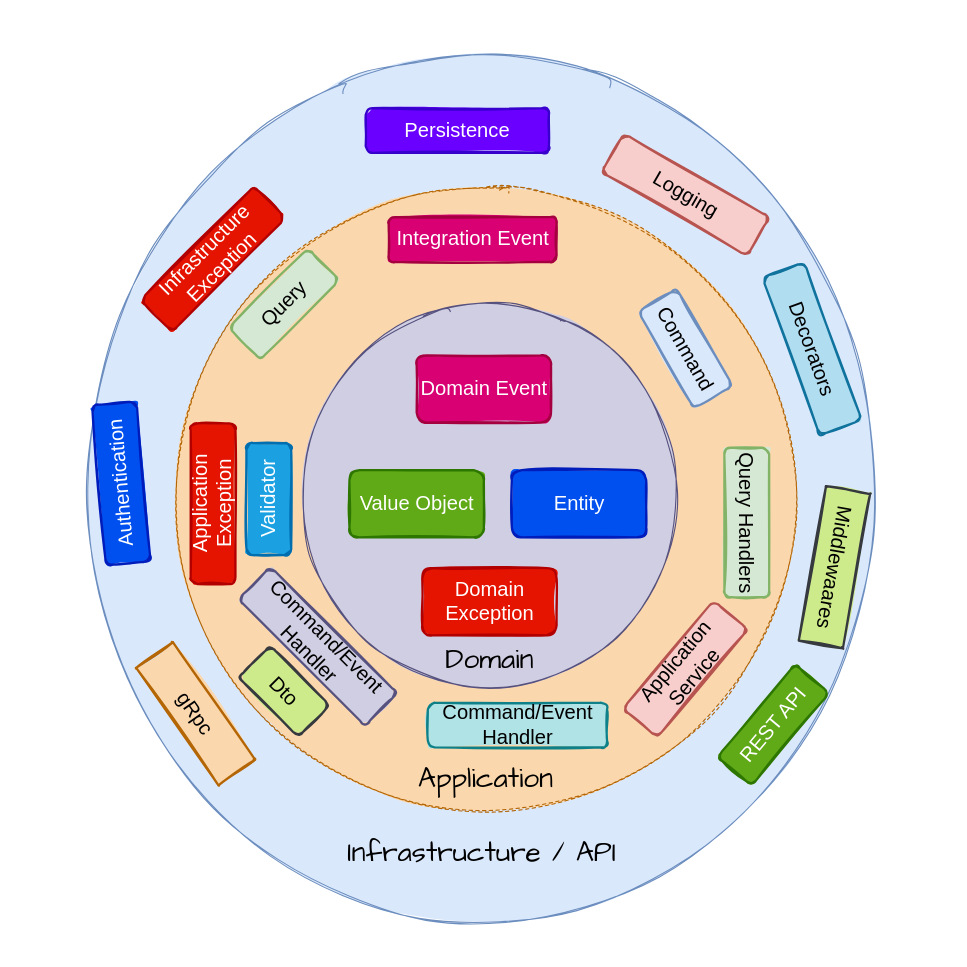
The draw.io diagram assets/clean-architecture.drawio in jianyuyanyu/University-Microservices, before the edit. Source tidied: cells renumbered, new cells numbered last; positions are measured from the earlier drawing's top-left corner, leaving out a move shared by most shapes. Both pictures are drawn from the tidied source at 112%, with x=0, y=0 at pixel (19, 18).
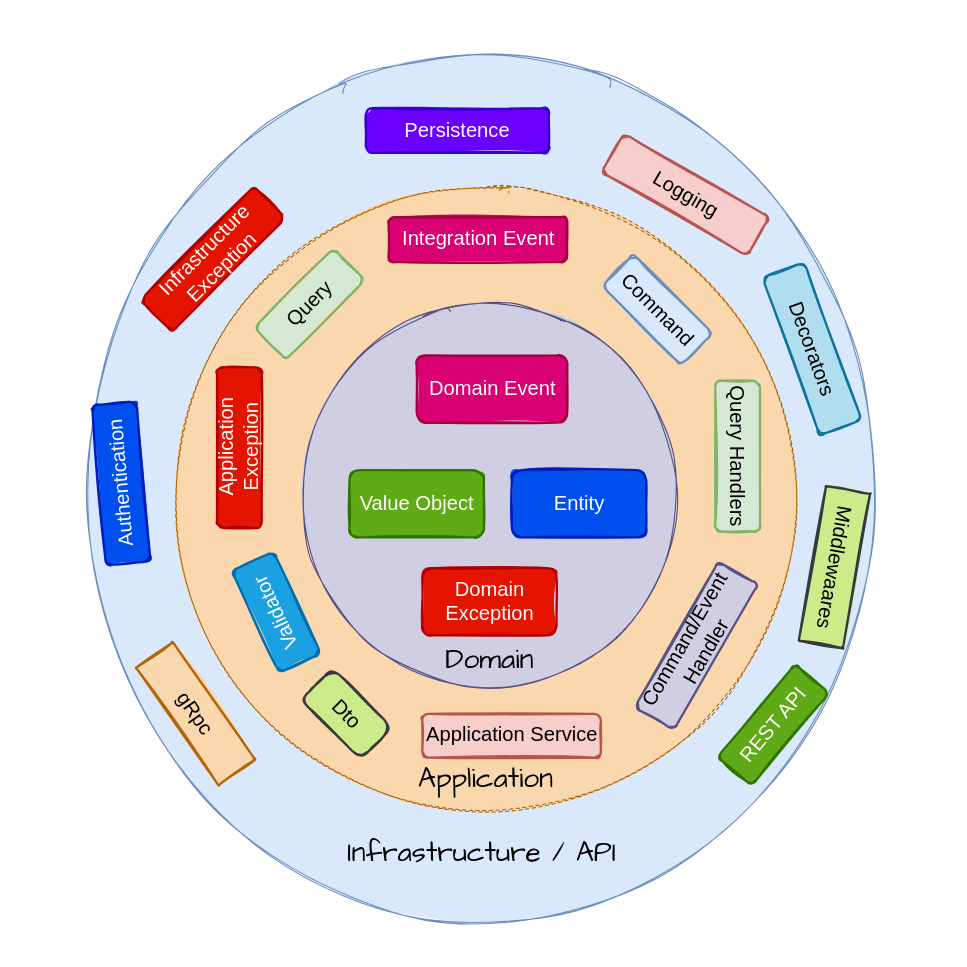
The same diagram, later.

Commit message (it also covers changes not shown here):
some change in architecture diagram

What changed in the source:
```diff
@@
     <mxCell id="5" value="Integration Event" style="rounded=1;whiteSpace=wrap;html=1;strokeWidth=2;fillWeight=4;hachureGap=8;hachureAngle=45;fillColor=#d80073;sketch=1;fillStyle=solid;fontSize=18;strokeColor=#A50040;fontColor=#ffffff;rotation=0;" parent="1" vertex="1">
-      <mxGeometry x="329.5" y="177.4" width="150" height="40" as="geometry" />
+      <mxGeometry x="329.5" y="177.4" width="159.5" height="40" as="geometry" />
     </mxCell>
-    <mxCell id="6" value="Command" style="rounded=1;whiteSpace=wrap;html=1;strokeWidth=2;fillWeight=4;hachureGap=8;hachureAngle=45;fillColor=#dae8fc;sketch=1;fillStyle=solid;fontSize=18;strokeColor=#6c8ebf;rotation=60;" parent="1" vertex="1">
-      <mxGeometry x="544.5" y="274.8" width="100" height="40" as="geometry" />
+    <mxCell id="6" value="Command" style="rounded=1;whiteSpace=wrap;html=1;strokeWidth=2;fillWeight=4;hachureGap=8;hachureAngle=45;fillColor=#dae8fc;sketch=1;fillStyle=solid;fontSize=18;strokeColor=#6c8ebf;rotation=45;" parent="1" vertex="1">
+      <mxGeometry x="519.5" y="240" width="100" height="40" as="geometry" />
     </mxCell>
     <mxCell id="7" value="Query" style="rounded=1;whiteSpace=wrap;html=1;strokeWidth=2;fillWeight=4;hachureGap=8;hachureAngle=45;fillColor=#d5e8d4;sketch=1;fillStyle=solid;fontSize=18;strokeColor=#82b366;rotation=-45;" parent="1" vertex="1">
-      <mxGeometry x="186.2" y="234.8" width="100" height="40" as="geometry" />
+      <mxGeometry x="209" y="234.8" width="100" height="40" as="geometry" />
     </mxCell>
     <mxCell id="8" value="Application Exception" style="rounded=1;whiteSpace=wrap;html=1;strokeWidth=2;fillWeight=4;hachureGap=8;hachureAngle=45;fillColor=#e51400;sketch=1;fillStyle=solid;fontSize=18;strokeColor=#B20000;fontColor=#ffffff;rotation=-90;" parent="1" vertex="1">
-      <mxGeometry x="101" y="413.2" width="143.5" height="40" as="geometry" />
+      <mxGeometry x="124.5" y="363.2" width="143.5" height="40" as="geometry" />
     </mxCell>
-    <mxCell id="9" value="Dto" style="rounded=1;whiteSpace=wrap;html=1;strokeWidth=2;fillWeight=4;hachureGap=8;hachureAngle=45;fillColor=#cdeb8b;sketch=1;fillStyle=solid;fontSize=18;strokeColor=#36393d;rotation=45;" parent="1" vertex="1">
-      <mxGeometry x="198.8" y="580.8" width="75" height="40" as="geometry" />
+    <mxCell id="9" value="Dto" style="rounded=1;whiteSpace=wrap;html=1;strokeWidth=2;fillWeight=4;hachureGap=8;hachureAngle=45;fillColor=#cdeb8b;sketch=1;fillStyle=solid;fontSize=18;strokeColor=#36393d;rotation=45;arcSize=26;" parent="1" vertex="1">
+      <mxGeometry x="254.5" y="600.8" width="75" height="40" as="geometry" />
     </mxCell>
-    <mxCell id="10" value="Application Service" style="rounded=1;whiteSpace=wrap;html=1;strokeWidth=2;fillWeight=4;hachureGap=8;hachureAngle=45;fillColor=#f8cecc;sketch=1;fillStyle=solid;fontSize=18;strokeColor=#b85450;rotation=-50;" parent="1" vertex="1">
-      <mxGeometry x="531.4" y="560.8" width="126.1" height="40" as="geometry" />
+    <mxCell id="10" value="Application Service" style="rounded=1;whiteSpace=wrap;html=1;strokeWidth=2;fillWeight=4;hachureGap=8;hachureAngle=45;fillColor=#f8cecc;sketch=1;fillStyle=solid;fontSize=18;strokeColor=#b85450;rotation=0;" parent="1" vertex="1">
+      <mxGeometry x="359.5" y="620.8" width="159.5" height="39.2" as="geometry" />
     </mxCell>
-    <mxCell id="11" value="Command/Event Handler" style="rounded=1;whiteSpace=wrap;html=1;strokeWidth=2;fillWeight=4;hachureGap=8;hachureAngle=45;fillColor=#d0cee2;sketch=1;fillStyle=solid;fontSize=18;strokeColor=#56517e;rotation=45;" parent="1" vertex="1">
-      <mxGeometry x="186.2" y="540" width="160" height="40.8" as="geometry" />
+    <mxCell id="11" value="Command/Event Handler" style="rounded=1;whiteSpace=wrap;html=1;strokeWidth=2;fillWeight=4;hachureGap=8;hachureAngle=45;fillColor=#d0cee2;sketch=1;fillStyle=solid;fontSize=18;strokeColor=#56517e;rotation=-60;" parent="1" vertex="1">
+      <mxGeometry x="529" y="540" width="150.1" height="40.4" as="geometry" />
     </mxCell>
-    <mxCell id="12" value="Command/Event Handler" style="rounded=1;whiteSpace=wrap;html=1;strokeWidth=2;fillWeight=4;hachureGap=8;hachureAngle=45;fillColor=#b0e3e6;sketch=1;fillStyle=solid;fontSize=18;strokeColor=#0e8088;rotation=0;" parent="1" vertex="1">
-      <mxGeometry x="364.5" y="610.8" width="160" height="40" as="geometry" />
-    </mxCell>
@@
     <mxCell id="16" value="Domain Event" style="rounded=1;whiteSpace=wrap;html=1;strokeWidth=2;fillWeight=4;hachureGap=8;hachureAngle=45;fillColor=#d80073;sketch=1;fillStyle=solid;fontSize=18;strokeColor=#A50040;fontColor=#ffffff;" parent="1" vertex="1">
-      <mxGeometry x="354.5" y="300.8" width="120" height="60" as="geometry" />
+      <mxGeometry x="354.5" y="300.8" width="134.5" height="60" as="geometry" />
     </mxCell>
@@
-    <mxCell id="20" value="Validator" style="rounded=1;whiteSpace=wrap;html=1;strokeWidth=2;fillWeight=4;hachureGap=8;hachureAngle=45;fillColor=#1ba1e2;sketch=1;fillStyle=solid;fontSize=18;strokeColor=#006EAF;rotation=-90;fontColor=#ffffff;" parent="1" vertex="1">
-      <mxGeometry x="172.5" y="409.1" width="100" height="40" as="geometry" />
+    <mxCell id="20" value="Validator" style="rounded=1;whiteSpace=wrap;html=1;strokeWidth=2;fillWeight=4;hachureGap=8;hachureAngle=45;fillColor=#1ba1e2;sketch=1;fillStyle=solid;fontSize=18;strokeColor=#006EAF;rotation=-115;fontColor=#ffffff;" parent="1" vertex="1">
+      <mxGeometry x="179" y="509.6" width="100.4" height="41.1" as="geometry" />
     </mxCell>
@@
     <mxCell id="27" value="Query Handlers" style="rounded=1;whiteSpace=wrap;html=1;strokeWidth=2;fillWeight=4;hachureGap=8;hachureAngle=45;fillColor=#d5e8d4;sketch=1;fillStyle=solid;fontSize=18;strokeColor=#82b366;rotation=90;" parent="1" vertex="1">
-      <mxGeometry x="582.5" y="430" width="133.5" height="40" as="geometry" />
+      <mxGeometry x="573.8" y="370.6" width="134.6" height="40" as="geometry" />
     </mxCell>
```
